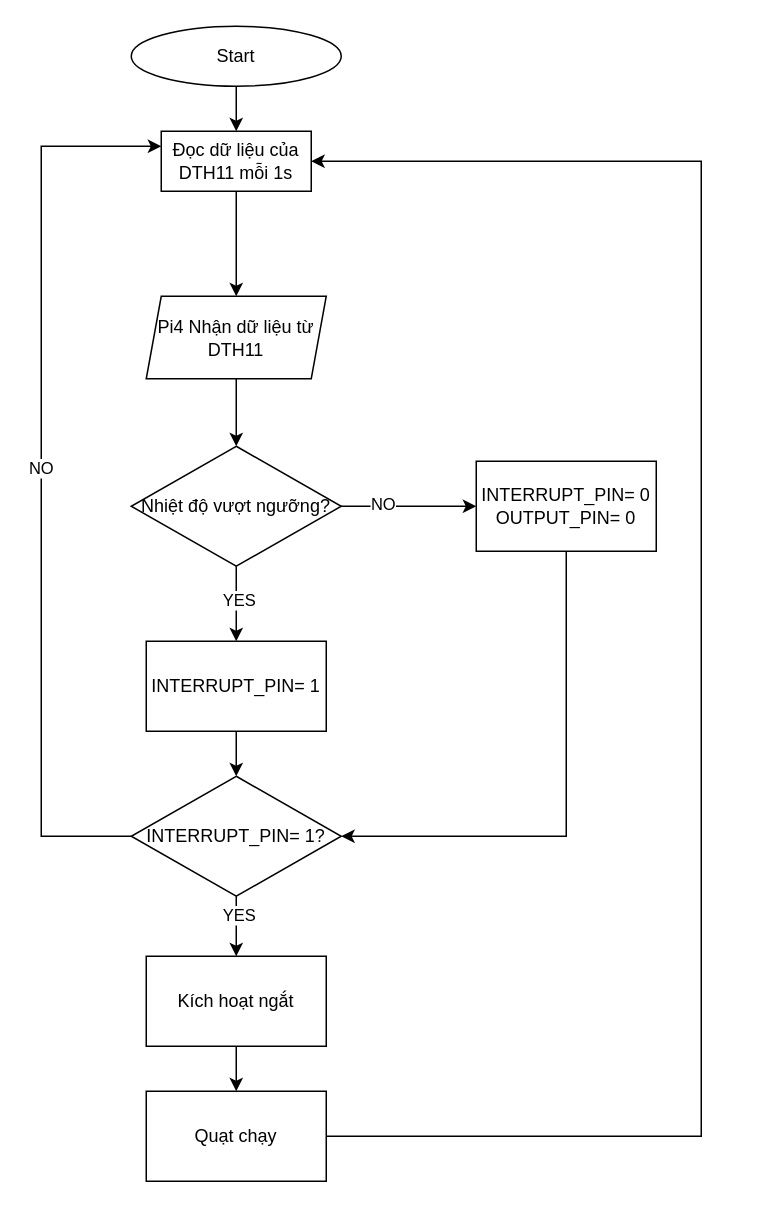
ngxziet/Interrupt-Handler keeps this draw.io diagram as Biểu đồ không có tiêu đề.drawio. Above is the earlier version. Source tidied: cells renumbered, new cells numbered last; positions are measured from the earlier drawing's top-left corner, leaving out a move shared by most shapes. Both pictures are drawn from the tidied source at 150%, with x=0, y=0 at pixel (40, 26).
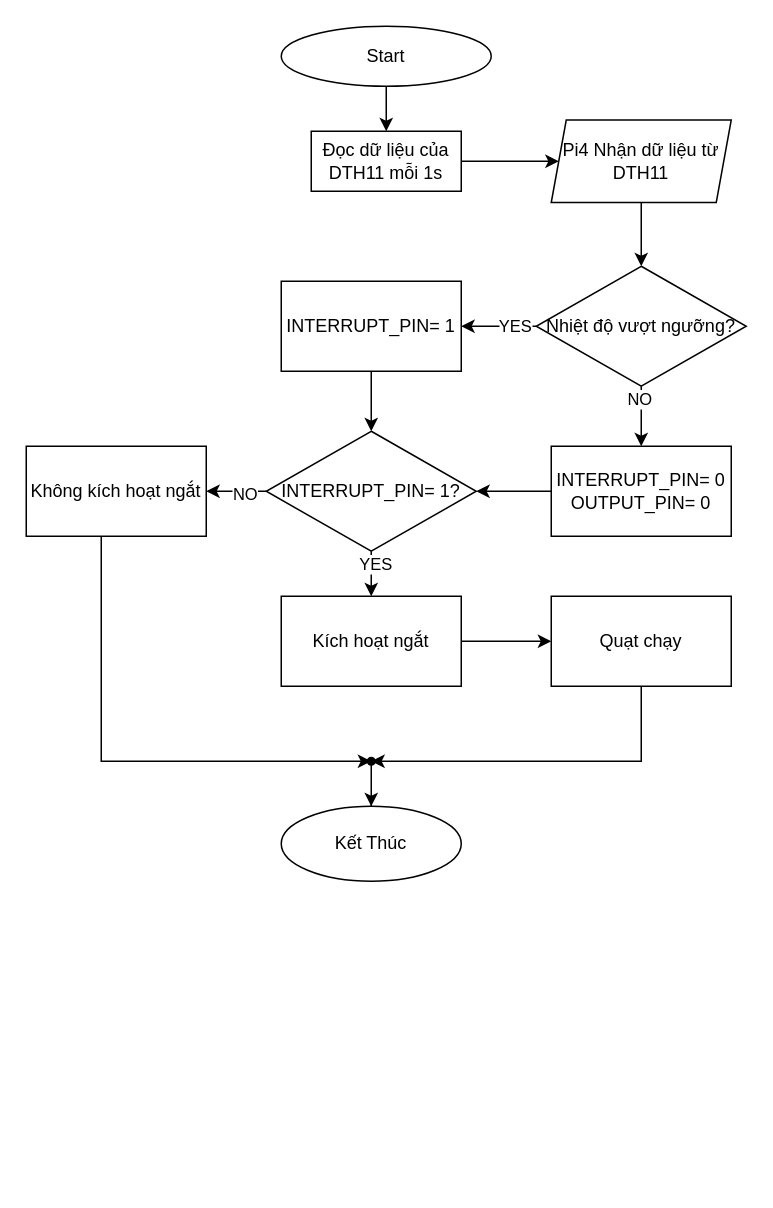
The same diagram, later.

Unchanged cells that the change refers to:
```xml
<mxCell id="6" style="edgeStyle=orthogonalEdgeStyle;rounded=0;jettySize=auto;html=1;" parent="1" edge="1" source="10" target="14">
  <mxGeometry relative="1" as="geometry" />
</mxCell>
<mxCell id="21" style="edgeStyle=orthogonalEdgeStyle;rounded=0;jettySize=auto;html=1;" parent="1" edge="1" source="25" target="18">
  <mxGeometry relative="1" as="geometry" />
</mxCell>
```

Change to the diagram source:
```diff
@@
     <mxCell id="3" value="Start" style="ellipse;whiteSpace=wrap;html=1;rounded=1;glass=0;strokeWidth=1;shadow=0;" parent="1" vertex="1">
-      <mxGeometry x="60" width="140" height="40" as="geometry" />
+      <mxGeometry x="160" width="140" height="40" as="geometry" />
     </mxCell>
@@
     <mxCell id="5" value="Pi4 Nhận dữ liệu từ DTH11" style="shape=parallelogram;perimeter=parallelogramPerimeter;whiteSpace=wrap;html=1;fixedSize=1;size=10;" parent="1" vertex="1">
-      <mxGeometry x="70" y="180" width="120" height="55" as="geometry" />
+      <mxGeometry x="340" y="62.5" width="120" height="55" as="geometry" />
     </mxCell>
@@
-    <mxCell id="7" value="YES" style="edgeLabel;html=1;align=center;verticalAlign=middle;" parent="6" vertex="1">
-      <mxGeometry x="-0.14" y="1" relative="1" as="geometry" />
-    </mxCell>
+    <mxCell id="26" value="YES" style="edgeLabel;html=1;align=center;verticalAlign=middle;" parent="6" vertex="1">
+      <mxGeometry x="-0.42" y="-1" relative="1" as="geometry" />
+    </mxCell>
-    <mxCell id="8" style="edgeStyle=orthogonalEdgeStyle;rounded=0;jettySize=auto;html=1;exitX=1;exitY=0.5;exitDx=0;exitDy=0;entryX=0;entryY=0.5;entryDx=0;entryDy=0;" parent="1" edge="1" source="10" target="16">
+    <mxCell id="8" style="edgeStyle=orthogonalEdgeStyle;rounded=0;jettySize=auto;html=1;" parent="1" edge="1" source="10" target="16">
       <mxGeometry relative="1" as="geometry" />
     </mxCell>
-    <mxCell id="9" value="NO" style="edgeLabel;html=1;align=center;verticalAlign=middle;" parent="8" vertex="1">
-      <mxGeometry x="-0.41" y="2" relative="1" as="geometry" />
-    </mxCell>
+    <mxCell id="27" value="NO" style="edgeLabel;html=1;align=center;verticalAlign=middle;" parent="8" vertex="1">
+      <mxGeometry x="-0.6" y="-2" relative="1" as="geometry" />
+    </mxCell>
     <mxCell id="10" value="Nhiệt độ vượt ngưỡng?" style="rhombus;whiteSpace=wrap;html=1;" parent="1" vertex="1">
-      <mxGeometry x="60" y="280" width="140" height="80" as="geometry" />
+      <mxGeometry x="330" y="160" width="140" height="80" as="geometry" />
     </mxCell>
-    <mxCell id="11" style="edgeStyle=orthogonalEdgeStyle;rounded=0;jettySize=auto;html=1;exitX=0.5;exitY=1;exitDx=0;exitDy=0;" parent="1" edge="1" source="12" target="5">
+    <mxCell id="11" style="edgeStyle=orthogonalEdgeStyle;rounded=0;jettySize=auto;html=1;" parent="1" edge="1" source="12" target="5">
       <mxGeometry relative="1" as="geometry" />
     </mxCell>
     <mxCell id="12" value="Đọc dữ liệu của DTH11 mỗi 1s" style="rounded=0;whiteSpace=wrap;html=1;" parent="1" vertex="1">
-      <mxGeometry x="80" y="70" width="100" height="40" as="geometry" />
+      <mxGeometry x="180" y="70" width="100" height="40" as="geometry" />
     </mxCell>
@@
     <mxCell id="14" value="INTERRUPT_PIN= 1" style="whiteSpace=wrap;html=1;" parent="1" vertex="1">
-      <mxGeometry x="70" y="410" width="120" height="60" as="geometry" />
+      <mxGeometry x="160" y="170" width="120" height="60" as="geometry" />
     </mxCell>
-    <mxCell id="15" style="edgeStyle=orthogonalEdgeStyle;rounded=0;jettySize=auto;html=1;exitX=0.5;exitY=1;exitDx=0;exitDy=0;entryX=1;entryY=0.5;entryDx=0;entryDy=0;" parent="1" edge="1" source="16" target="25">
+    <mxCell id="15" style="edgeStyle=orthogonalEdgeStyle;rounded=0;jettySize=auto;html=1;" parent="1" edge="1" source="16" target="25">
       <mxGeometry relative="1" as="geometry" />
     </mxCell>
     <mxCell id="16" value="INTERRUPT_PIN= 0&lt;div&gt;OUTPUT_PIN= 0&lt;/div&gt;" style="whiteSpace=wrap;html=1;" parent="1" vertex="1">
-      <mxGeometry x="290" y="290" width="120" height="60" as="geometry" />
+      <mxGeometry x="340" y="280" width="120" height="60" as="geometry" />
     </mxCell>
@@
     <mxCell id="18" value="Kích hoạt ngắt" style="whiteSpace=wrap;html=1;" parent="1" vertex="1">
-      <mxGeometry x="70" y="620" width="120" height="60" as="geometry" />
+      <mxGeometry x="160" y="380" width="120" height="60" as="geometry" />
     </mxCell>
-    <mxCell id="19" style="edgeStyle=orthogonalEdgeStyle;rounded=0;jettySize=auto;html=1;exitX=1;exitY=0.5;exitDx=0;exitDy=0;entryX=1;entryY=0.5;entryDx=0;entryDy=0;" parent="1" edge="1" source="20" target="12">
-      <mxGeometry relative="1" as="geometry">
-        <Array as="points">
-          <mxPoint x="440" y="740" />
-          <mxPoint x="440" y="90" />
-        </Array>
-      </mxGeometry>
-    </mxCell>
+    <mxCell id="28" style="edgeStyle=orthogonalEdgeStyle;rounded=0;jettySize=auto;html=1;" parent="1" edge="1" source="20" target="35">
+      <mxGeometry relative="1" as="geometry">
+        <Array as="points">
+          <mxPoint x="400" y="490" />
+        </Array>
+      </mxGeometry>
+    </mxCell>
     <mxCell id="20" value="Quạt chạy" style="whiteSpace=wrap;html=1;" parent="1" vertex="1">
-      <mxGeometry x="70" y="710" width="120" height="60" as="geometry" />
+      <mxGeometry x="340" y="380" width="120" height="60" as="geometry" />
     </mxCell>
@@
-    <mxCell id="22" value="YES" style="edgeLabel;html=1;align=center;verticalAlign=middle;" parent="21" vertex="1">
-      <mxGeometry x="-0.39" y="1" relative="1" as="geometry" />
-    </mxCell>
-    <mxCell id="23" style="edgeStyle=orthogonalEdgeStyle;rounded=0;jettySize=auto;html=1;exitX=0;exitY=0.5;exitDx=0;exitDy=0;entryX=0;entryY=0.25;entryDx=0;entryDy=0;" parent="1" edge="1" source="25" target="12">
-      <mxGeometry relative="1" as="geometry">
-        <Array as="points">
-          <mxPoint y="540" />
-          <mxPoint y="80" />
-        </Array>
-      </mxGeometry>
-    </mxCell>
-    <mxCell id="24" value="NO" style="edgeLabel;html=1;align=center;verticalAlign=middle;" parent="23" vertex="1">
-      <mxGeometry x="0.02" y="1" relative="1" as="geometry" />
-    </mxCell>
+    <mxCell id="29" value="YES" style="edgeLabel;html=1;align=center;verticalAlign=middle;" parent="21" vertex="1">
+      <mxGeometry x="-0.7" y="2" relative="1" as="geometry" />
+    </mxCell>
+    <mxCell id="30" style="edgeStyle=orthogonalEdgeStyle;rounded=0;jettySize=auto;html=1;" parent="1" edge="1" source="25" target="33">
+      <mxGeometry relative="1" as="geometry" />
+    </mxCell>
+    <mxCell id="31" value="NO" style="edgeLabel;html=1;align=center;verticalAlign=middle;" parent="30" vertex="1">
+      <mxGeometry x="-0.27" y="1" relative="1" as="geometry" />
+    </mxCell>
     <mxCell id="25" value="INTERRUPT_PIN= 1?" style="rhombus;whiteSpace=wrap;html=1;" parent="1" vertex="1">
-      <mxGeometry x="60" y="500" width="140" height="80" as="geometry" />
+      <mxGeometry x="150" y="270" width="140" height="80" as="geometry" />
     </mxCell>
+    <mxCell id="32" style="edgeStyle=orthogonalEdgeStyle;rounded=0;jettySize=auto;html=1;" parent="1" edge="1" source="33" target="35">
+      <mxGeometry relative="1" as="geometry">
+        <Array as="points">
+          <mxPoint x="40" y="490" />
+        </Array>
+      </mxGeometry>
+    </mxCell>
+    <mxCell id="33" value="Không kích hoạt ngắt" style="whiteSpace=wrap;html=1;" parent="1" vertex="1">
+      <mxGeometry x="-10" y="280" width="120" height="60" as="geometry" />
+    </mxCell>
+    <mxCell id="34" style="edgeStyle=orthogonalEdgeStyle;rounded=0;jettySize=auto;html=1;" parent="1" edge="1" source="35" target="36">
+      <mxGeometry relative="1" as="geometry" />
+    </mxCell>
+    <mxCell id="35" style="shape=waypoint;sketch=0;size=6;points=[];fillColor=default;perimeter=centerPerimeter;snapToPoint=1;" parent="1" vertex="1">
+      <mxGeometry x="210" y="480" width="20" height="20" as="geometry" />
+    </mxCell>
+    <mxCell id="36" value="Kết Thúc" style="ellipse;whiteSpace=wrap;html=1;" parent="1" vertex="1">
+      <mxGeometry x="160" y="520" width="120" height="50" as="geometry" />
+    </mxCell>
```
